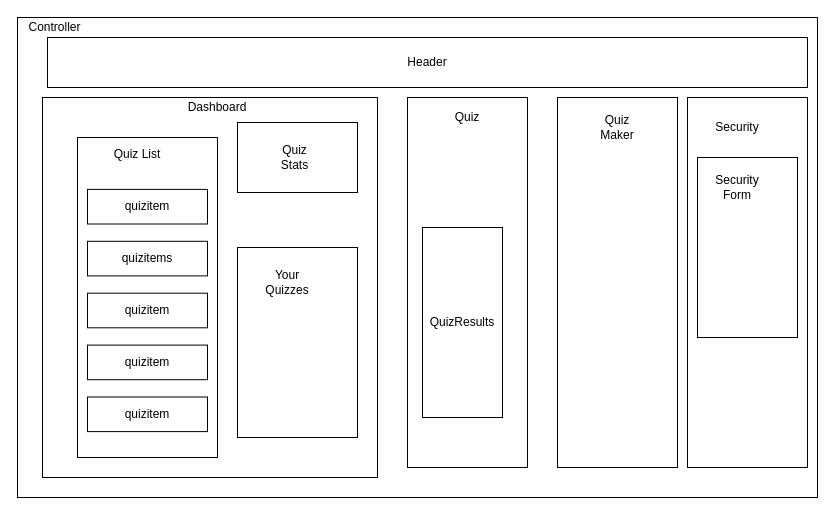
The draw.io diagram Untitled Diagram.drawio in OkilyDokily/firestore-quiz-maker, before the edit. Source tidied: cells renumbered, new cells numbered last; positions are measured from the earlier drawing's top-left corner, leaving out a move shared by most shapes. Both pictures are drawn from the tidied source at 100%, with x=0, y=0 at pixel (17, 17).
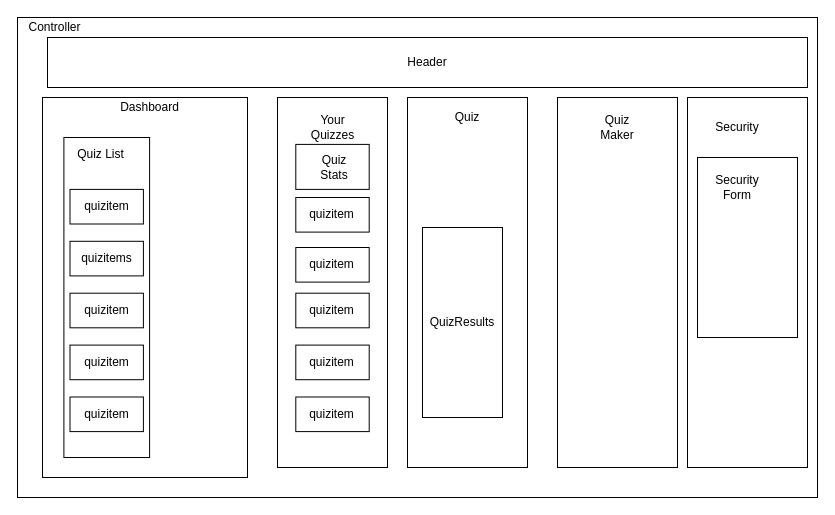
The same diagram, later.

Change to the diagram source:
```diff
@@
+    <mxCell id="21" value="Quiz" style="text;html=1;strokeColor=none;fillColor=none;align=center;verticalAlign=middle;whiteSpace=wrap;rounded=0;" parent="1" vertex="1">
+      <mxGeometry x="430" y="90" width="40" height="20" as="geometry" />
+    </mxCell>
+    <mxCell id="22" style="rounded=0;whiteSpace=wrap;html=1;" parent="1" vertex="1">
+      <mxGeometry x="670" y="80" width="120" height="370" as="geometry" />
+    </mxCell>
+    <mxCell id="23" value="Security" style="text;html=1;strokeColor=none;fillColor=none;align=center;verticalAlign=middle;whiteSpace=wrap;rounded=0;" parent="1" vertex="1">
+      <mxGeometry x="700" y="100" width="40" height="20" as="geometry" />
+    </mxCell>
+    <mxCell id="24" style="rounded=0;whiteSpace=wrap;html=1;" parent="1" vertex="1">
+      <mxGeometry x="680" y="140" width="100" height="180" as="geometry" />
+    </mxCell>
+    <mxCell id="25" value="Security Form" style="text;html=1;strokeColor=none;fillColor=none;align=center;verticalAlign=middle;whiteSpace=wrap;rounded=0;" parent="1" vertex="1">
+      <mxGeometry x="700" y="160" width="40" height="20" as="geometry" />
+    </mxCell>
+    <mxCell id="26" value="Header" style="rounded=0;whiteSpace=wrap;html=1;" parent="1" vertex="1">
+      <mxGeometry x="30" y="20" width="760" height="50" as="geometry" />
+    </mxCell>
     <mxCell id="9" style="rounded=0;whiteSpace=wrap;html=1;" parent="1" vertex="1">
-      <mxGeometry x="25" y="80" width="335" height="380" as="geometry" />
+      <mxGeometry x="25" y="80" width="205" height="380" as="geometry" />
     </mxCell>
     <mxCell id="10" value="Dashboard" style="text;html=1;strokeColor=none;fillColor=none;align=center;verticalAlign=middle;whiteSpace=wrap;rounded=0;" parent="1" vertex="1">
-      <mxGeometry x="180" y="80" width="40" height="20" as="geometry" />
+      <mxGeometry x="119.9" y="80" width="24.5" height="20" as="geometry" />
     </mxCell>
-    <mxCell id="11" style="group;" parent="1" vertex="1">
-      <mxGeometry x="60" y="120" width="140" height="320" as="geometry" />
-    </mxCell>
+    <mxCell id="27" style="rounded=0;whiteSpace=wrap;html=1;" parent="1" vertex="1">
+      <mxGeometry x="260" y="80" width="110" height="370" as="geometry" />
+    </mxCell>
+    <mxCell id="28" value="Your Quizzes" style="text;html=1;strokeColor=none;fillColor=none;align=center;verticalAlign=middle;whiteSpace=wrap;rounded=0;" parent="1" vertex="1">
+      <mxGeometry x="302.8" y="100" width="24.5" height="20" as="geometry" />
+    </mxCell>
-    <mxCell id="12" style="rounded=0;whiteSpace=wrap;html=1;" parent="11" vertex="1">
-      <mxGeometry width="140" height="320" as="geometry" />
+    <mxCell id="12" style="rounded=0;whiteSpace=wrap;html=1;" parent="1" vertex="1">
+      <mxGeometry x="46.4" y="120" width="85.7" height="320" as="geometry" />
     </mxCell>
-    <mxCell id="13" value="Quiz List" style="text;html=1;strokeColor=none;fillColor=none;align=center;verticalAlign=middle;whiteSpace=wrap;rounded=0;" parent="11" vertex="1">
-      <mxGeometry x="20" y="8.6" width="80" height="17.3" as="geometry" />
+    <mxCell id="13" value="Quiz List" style="text;html=1;strokeColor=none;fillColor=none;align=center;verticalAlign=middle;whiteSpace=wrap;rounded=0;" parent="1" vertex="1">
+      <mxGeometry x="58.7" y="128.6" width="49" height="17.3" as="geometry" />
     </mxCell>
-    <mxCell id="14" value="quizitem" style="rounded=0;whiteSpace=wrap;html=1;" parent="11" vertex="1">
-      <mxGeometry x="10" y="51.9" width="120" height="34.6" as="geometry" />
+    <mxCell id="14" value="quizitem" style="rounded=0;whiteSpace=wrap;html=1;" parent="1" vertex="1">
+      <mxGeometry x="52.5" y="171.9" width="73.4" height="34.6" as="geometry" />
     </mxCell>
-    <mxCell id="15" value="quizitems" style="rounded=0;whiteSpace=wrap;html=1;" parent="11" vertex="1">
-      <mxGeometry x="10" y="103.8" width="120" height="34.6" as="geometry" />
+    <mxCell id="15" value="quizitems" style="rounded=0;whiteSpace=wrap;html=1;" parent="1" vertex="1">
+      <mxGeometry x="52.5" y="223.8" width="73.4" height="34.6" as="geometry" />
     </mxCell>
-    <mxCell id="16" value="quizitem" style="rounded=0;whiteSpace=wrap;html=1;" parent="11" vertex="1">
-      <mxGeometry x="10" y="155.7" width="120" height="34.6" as="geometry" />
+    <mxCell id="16" value="quizitem" style="rounded=0;whiteSpace=wrap;html=1;" parent="1" vertex="1">
+      <mxGeometry x="52.5" y="275.7" width="73.4" height="34.6" as="geometry" />
     </mxCell>
-    <mxCell id="17" value="quizitem" style="rounded=0;whiteSpace=wrap;html=1;" parent="11" vertex="1">
-      <mxGeometry x="10" y="207.6" width="120" height="34.6" as="geometry" />
+    <mxCell id="17" value="quizitem" style="rounded=0;whiteSpace=wrap;html=1;" parent="1" vertex="1">
+      <mxGeometry x="52.5" y="327.6" width="73.4" height="34.6" as="geometry" />
     </mxCell>
-    <mxCell id="18" value="quizitem" style="rounded=0;whiteSpace=wrap;html=1;" parent="11" vertex="1">
-      <mxGeometry x="10" y="259.5" width="120" height="34.6" as="geometry" />
+    <mxCell id="18" value="quizitem" style="rounded=0;whiteSpace=wrap;html=1;" parent="1" vertex="1">
+      <mxGeometry x="52.5" y="379.5" width="73.4" height="34.6" as="geometry" />
     </mxCell>
+    <mxCell id="29" value="quizitem" style="rounded=0;whiteSpace=wrap;html=1;" parent="1" vertex="1">
+      <mxGeometry x="278.3" y="180" width="73.4" height="34.6" as="geometry" />
+    </mxCell>
+    <mxCell id="30" value="quizitem" style="rounded=0;whiteSpace=wrap;html=1;" parent="1" vertex="1">
+      <mxGeometry x="278.3" y="230" width="73.4" height="34.6" as="geometry" />
+    </mxCell>
+    <mxCell id="31" value="quizitem" style="rounded=0;whiteSpace=wrap;html=1;" parent="1" vertex="1">
+      <mxGeometry x="278.3" y="275.7" width="73.4" height="34.6" as="geometry" />
+    </mxCell>
+    <mxCell id="32" value="quizitem" style="rounded=0;whiteSpace=wrap;html=1;" parent="1" vertex="1">
+      <mxGeometry x="278.3" y="327.6" width="73.4" height="34.6" as="geometry" />
+    </mxCell>
+    <mxCell id="33" value="quizitem" style="rounded=0;whiteSpace=wrap;html=1;" parent="1" vertex="1">
+      <mxGeometry x="278.3" y="379.5" width="73.4" height="34.6" as="geometry" />
+    </mxCell>
     <mxCell id="19" style="rounded=0;whiteSpace=wrap;html=1;" parent="1" vertex="1">
-      <mxGeometry x="220" y="105" width="120" height="70" as="geometry" />
+      <mxGeometry x="278.3" y="126.9" width="73.4" height="45" as="geometry" />
     </mxCell>
     <mxCell id="20" value="Quiz Stats" style="text;html=1;strokeColor=none;fillColor=none;align=center;verticalAlign=middle;whiteSpace=wrap;rounded=0;" parent="1" vertex="1">
-      <mxGeometry x="255" y="120" width="45" height="40" as="geometry" />
+      <mxGeometry x="302.8" y="140" width="27.5" height="20" as="geometry" />
     </mxCell>
-    <mxCell id="21" value="Quiz" style="text;html=1;strokeColor=none;fillColor=none;align=center;verticalAlign=middle;whiteSpace=wrap;rounded=0;" parent="1" vertex="1">
-      <mxGeometry x="430" y="90" width="40" height="20" as="geometry" />
-    </mxCell>
-    <mxCell id="22" style="rounded=0;whiteSpace=wrap;html=1;" parent="1" vertex="1">
-      <mxGeometry x="670" y="80" width="120" height="370" as="geometry" />
-    </mxCell>
-    <mxCell id="23" value="Security" style="text;html=1;strokeColor=none;fillColor=none;align=center;verticalAlign=middle;whiteSpace=wrap;rounded=0;" parent="1" vertex="1">
-      <mxGeometry x="700" y="100" width="40" height="20" as="geometry" />
-    </mxCell>
-    <mxCell id="24" style="rounded=0;whiteSpace=wrap;html=1;" parent="1" vertex="1">
-      <mxGeometry x="680" y="140" width="100" height="180" as="geometry" />
-    </mxCell>
-    <mxCell id="25" value="Security Form" style="text;html=1;strokeColor=none;fillColor=none;align=center;verticalAlign=middle;whiteSpace=wrap;rounded=0;" parent="1" vertex="1">
-      <mxGeometry x="700" y="160" width="40" height="20" as="geometry" />
-    </mxCell>
-    <mxCell id="26" value="Header" style="rounded=0;whiteSpace=wrap;html=1;" parent="1" vertex="1">
-      <mxGeometry x="30" y="20" width="760" height="50" as="geometry" />
-    </mxCell>
-    <mxCell id="27" style="rounded=0;whiteSpace=wrap;html=1;" parent="1" vertex="1">
-      <mxGeometry x="220" y="230" width="120" height="190" as="geometry" />
-    </mxCell>
-    <mxCell id="28" value="Your Quizzes" style="text;html=1;strokeColor=none;fillColor=none;align=center;verticalAlign=middle;whiteSpace=wrap;rounded=0;" parent="1" vertex="1">
-      <mxGeometry x="250" y="255" width="40" height="20" as="geometry" />
-    </mxCell>
```
